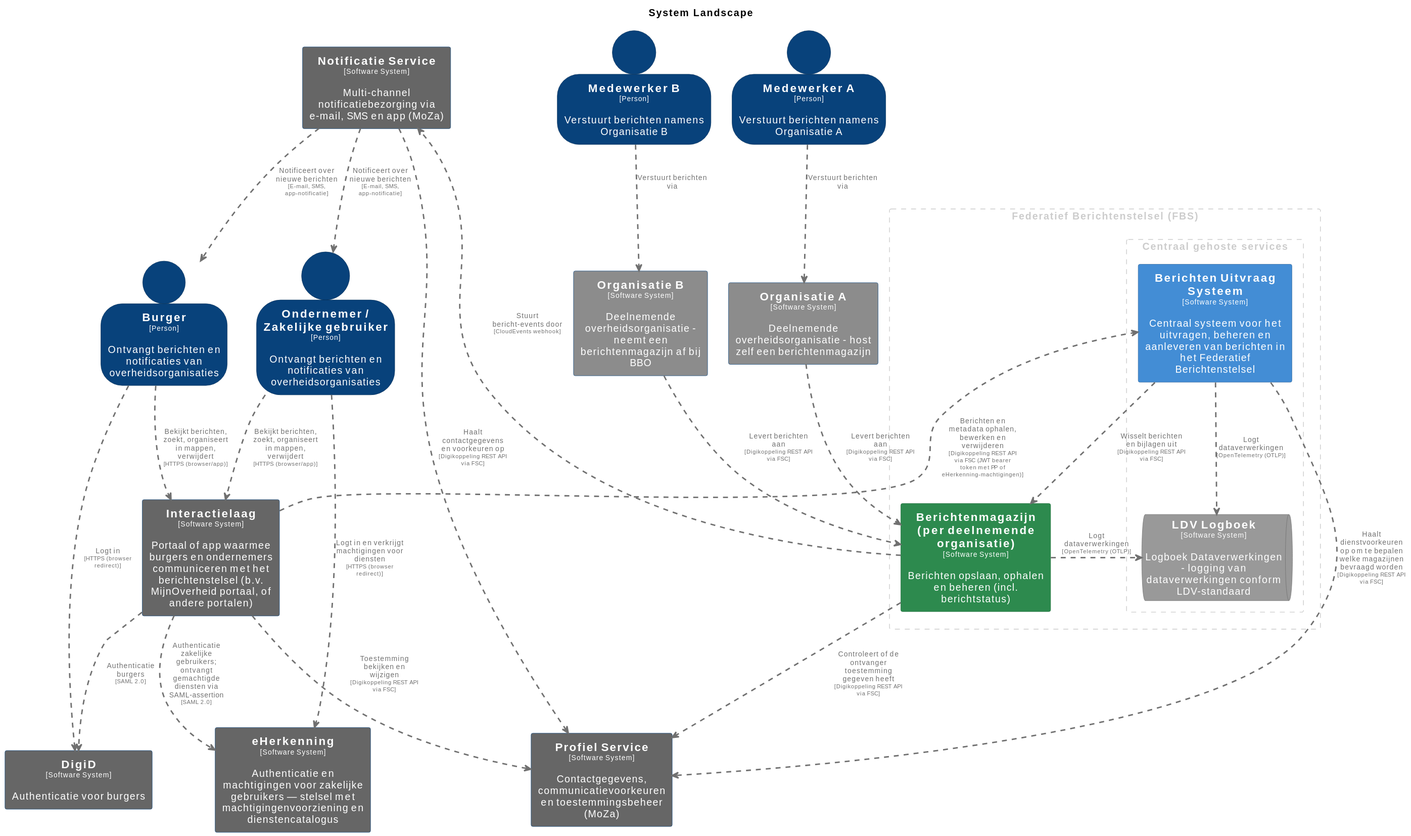
MinBZK/moza-poc-fbs-berichtenbox keeps this PlantUML diagram as pr-preview/pr-22/master/svg/SystemLandscape.svg. Above is the earlier version. Its source is kept beside it as pr-preview/pr-22/master/puml/SystemLandscape.puml.
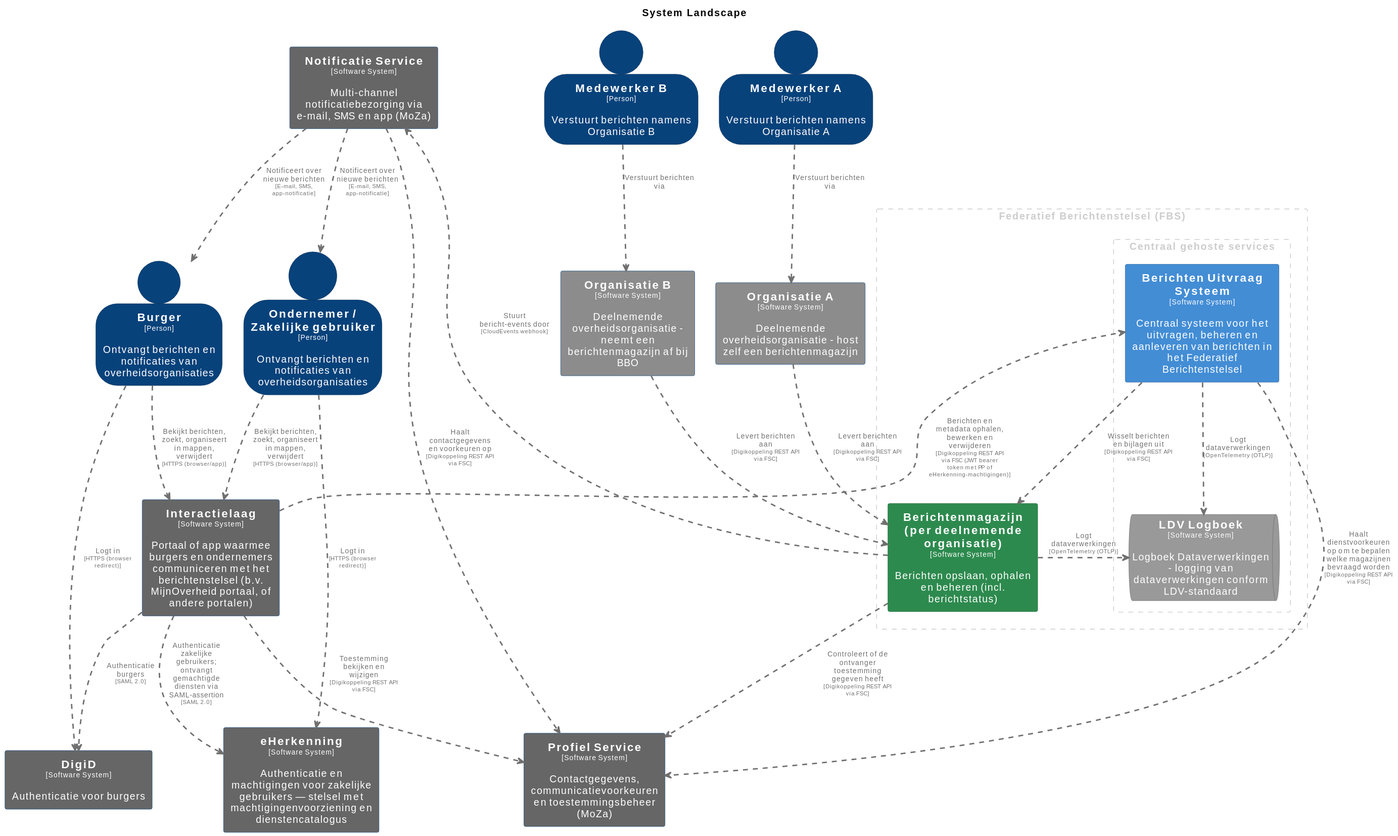
After the change.

Change to the diagram source:
```diff
@@ -138,7 +138,7 @@
 Burger .[#707070,thickness=2].> Interactielaag : "<color:#707070>Bekijkt berichten, zoekt, organiseert in mappen, verwijdert\n<color:#707070><size:8>[HTTPS (browser/app)]</size>"
 Burger .[#707070,thickness=2].> DigiD : "<color:#707070>Logt in\n<color:#707070><size:8>[HTTPS (browser redirect)]</size>"
 OndernemerZakelijkegebruiker .[#707070,thickness=2].> Interactielaag : "<color:#707070>Bekijkt berichten, zoekt, organiseert in mappen, verwijdert\n<color:#707070><size:8>[HTTPS (browser/app)]</size>"
-OndernemerZakelijkegebruiker .[#707070,thickness=2].> eHerkenning : "<color:#707070>Logt in en verkrijgt machtigingen voor diensten\n<color:#707070><size:8>[HTTPS (browser redirect)]</size>"
+OndernemerZakelijkegebruiker .[#707070,thickness=2].> eHerkenning : "<color:#707070>Logt in\n<color:#707070><size:8>[HTTPS (browser redirect)]</size>"
 NotificatieService .[#707070,thickness=2].> Burger : "<color:#707070>Notificeert over nieuwe berichten\n<color:#707070><size:8>[E-mail, SMS, app-notificatie]</size>"
 NotificatieService .[#707070,thickness=2].> OndernemerZakelijkegebruiker : "<color:#707070>Notificeert over nieuwe berichten\n<color:#707070><size:8>[E-mail, SMS, app-notificatie]</size>"
 Interactielaag .[#707070,thickness=2].> BerichtenUitvraagSysteem : "<color:#707070>Berichten en metadata ophalen, bewerken en verwijderen\n<color:#707070><size:8>[Digikoppeling REST API via FSC (JWT bearer token met PP of eHerkenning-machtigingen)]</size>"
```
